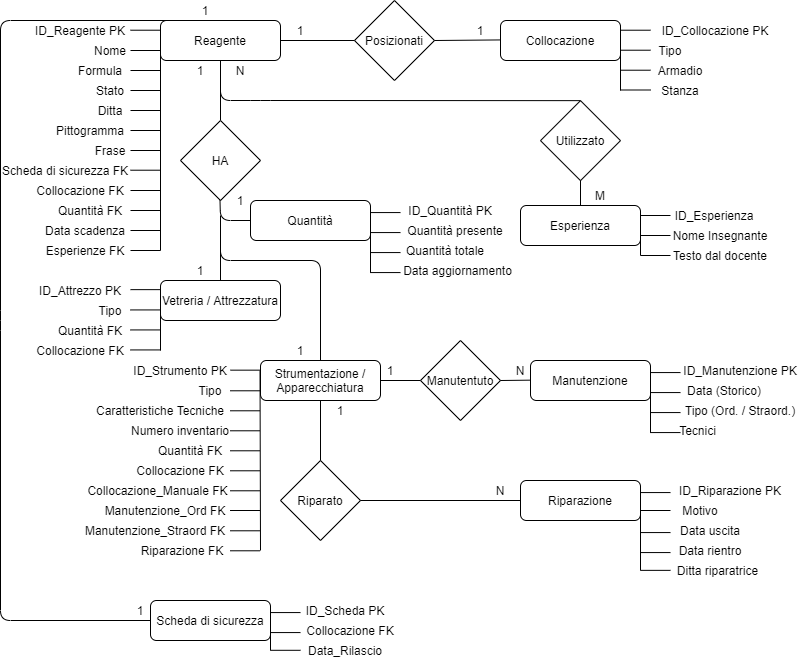
MilaniFrancesco7/Progetto-Chimica keeps this draw.io diagram as ModelloER/MODELLOERPROGEGTTO.png. Above is the earlier version. Source tidied: cells renumbered, new cells last; positions are measured from the earlier drawing's top-left corner, leaving out a move shared by most shapes.
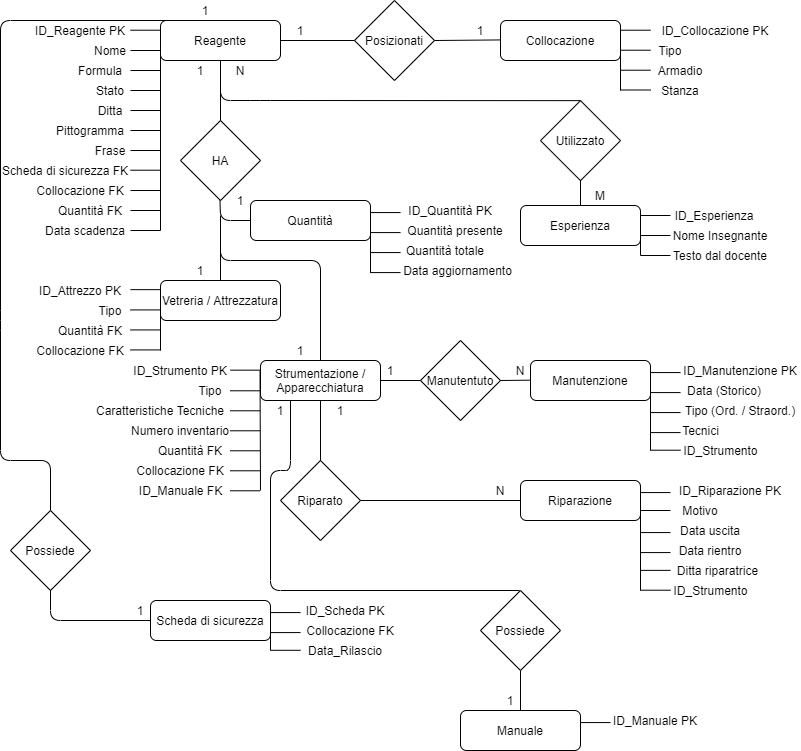
After the commit.

The edit, as a diff of the source:
```diff
@@ -7,7 +7,7 @@
     </mxCell>
     <mxCell id="3" style="endArrow=none;html=1;" parent="1" edge="1">
       <mxGeometry relative="1" as="geometry">
-        <mxPoint x="160" y="250" as="sourcePoint" />
+        <mxPoint x="160" y="230" as="sourcePoint" />
         <mxPoint x="160" y="30" as="targetPoint" />
       </mxGeometry>
     </mxCell>
@@ -101,12 +101,6 @@
         <mxPoint x="160" y="230" as="targetPoint" />
       </mxGeometry>
     </mxCell>
-    <mxCell id="23" style="endArrow=none;html=1;" parent="1" edge="1">
-      <mxGeometry relative="1" as="geometry">
-        <mxPoint x="130" y="250" as="sourcePoint" />
-        <mxPoint x="160" y="250" as="targetPoint" />
-      </mxGeometry>
-    </mxCell>
     <mxCell id="24" value="Collocazione FK" style="text;html=1;strokeColor=none;fillColor=none;align=center;verticalAlign=middle;whiteSpace=wrap;rounded=0;" parent="1" vertex="1">
       <mxGeometry x="35" y="180" width="90" height="20" as="geometry" />
     </mxCell>
@@ -116,9 +110,6 @@
     <mxCell id="26" value="Data scadenza" style="text;html=1;strokeColor=none;fillColor=none;align=center;verticalAlign=middle;whiteSpace=wrap;rounded=0;" parent="1" vertex="1">
       <mxGeometry x="40" y="220" width="90" height="20" as="geometry" />
     </mxCell>
-    <mxCell id="27" value="Esperienze FK" style="text;html=1;strokeColor=none;fillColor=none;align=center;verticalAlign=middle;whiteSpace=wrap;rounded=0;" parent="1" vertex="1">
-      <mxGeometry x="40" y="240" width="90" height="20" as="geometry" />
-    </mxCell>
     <mxCell id="28" value="Collocazione" style="rounded=1;whiteSpace=wrap;html=1;fontSize=12;glass=0;strokeWidth=1;shadow=0;" parent="1" vertex="1">
       <mxGeometry x="500" y="20" width="120" height="40" as="geometry" />
     </mxCell>
@@ -344,7 +335,7 @@
     </mxCell>
     <mxCell id="78" style="endArrow=none;html=1;" parent="1" edge="1">
       <mxGeometry relative="1" as="geometry">
-        <mxPoint x="260" y="550" as="sourcePoint" />
+        <mxPoint x="260" y="490" as="sourcePoint" />
         <mxPoint x="259.5" y="370.3" as="targetPoint" />
       </mxGeometry>
     </mxCell>
@@ -390,24 +381,6 @@
         <mxPoint x="259.5" y="490.3" as="targetPoint" />
       </mxGeometry>
     </mxCell>
-    <mxCell id="86" style="endArrow=none;html=1;" parent="1" edge="1">
-      <mxGeometry relative="1" as="geometry">
-        <mxPoint x="229.5" y="510" as="sourcePoint" />
-        <mxPoint x="259.5" y="510" as="targetPoint" />
-      </mxGeometry>
-    </mxCell>
-    <mxCell id="87" style="endArrow=none;html=1;" parent="1" edge="1">
-      <mxGeometry relative="1" as="geometry">
-        <mxPoint x="229.5" y="530.3" as="sourcePoint" />
-        <mxPoint x="259.5" y="530.3" as="targetPoint" />
-      </mxGeometry>
-    </mxCell>
-    <mxCell id="88" style="endArrow=none;html=1;" parent="1" edge="1">
-      <mxGeometry relative="1" as="geometry">
-        <mxPoint x="229.5" y="550.3" as="sourcePoint" />
-        <mxPoint x="259.5" y="550.3" as="targetPoint" />
-      </mxGeometry>
-    </mxCell>
     <mxCell id="89" value="Tipo" style="text;html=1;strokeColor=none;fillColor=none;align=center;verticalAlign=middle;whiteSpace=wrap;rounded=0;" parent="1" vertex="1">
       <mxGeometry x="190" y="380" width="40" height="20" as="geometry" />
     </mxCell>
@@ -423,8 +396,8 @@
     <mxCell id="93" value="Collocazione FK" style="text;html=1;strokeColor=none;fillColor=none;align=center;verticalAlign=middle;whiteSpace=wrap;rounded=0;" parent="1" vertex="1">
       <mxGeometry x="135" y="460" width="90" height="20" as="geometry" />
     </mxCell>
-    <mxCell id="94" value="Collocazione_Manuale FK" style="text;html=1;strokeColor=none;fillColor=none;align=center;verticalAlign=middle;whiteSpace=wrap;rounded=0;" parent="1" vertex="1">
-      <mxGeometry x="85" y="480" width="145" height="20" as="geometry" />
+    <mxCell id="94" value="ID_Manuale FK" style="text;html=1;strokeColor=none;fillColor=none;align=center;verticalAlign=middle;whiteSpace=wrap;rounded=0;" parent="1" vertex="1">
+      <mxGeometry x="107.5" y="480" width="145" height="20" as="geometry" />
     </mxCell>
     <mxCell id="95" value="Manutenzione" style="rounded=1;whiteSpace=wrap;html=1;fontSize=12;glass=0;strokeWidth=1;shadow=0;" parent="1" vertex="1">
       <mxGeometry x="530" y="360" width="120" height="40" as="geometry" />
@@ -452,7 +425,7 @@
     </mxCell>
     <mxCell id="100" style="endArrow=none;html=1;" parent="1" edge="1">
       <mxGeometry relative="1" as="geometry">
-        <mxPoint x="650" y="432.4" as="sourcePoint" />
+        <mxPoint x="650" y="450" as="sourcePoint" />
         <mxPoint x="650" y="367.4" as="targetPoint" />
       </mxGeometry>
     </mxCell>
@@ -469,17 +442,8 @@
       <mxGeometry x="680" y="400" width="120" height="20" as="geometry" />
     </mxCell>
     <mxCell id="104" value="Tecnici" style="text;html=1;strokeColor=none;fillColor=none;align=center;verticalAlign=middle;whiteSpace=wrap;rounded=0;" parent="1" vertex="1">
-      <mxGeometry x="640" y="420" width="115" height="20" as="geometry" />
+      <mxGeometry x="642.5" y="420" width="115" height="20" as="geometry" />
     </mxCell>
-    <mxCell id="105" value="Manutenzione_Ord FK" style="text;html=1;strokeColor=none;fillColor=none;align=center;verticalAlign=middle;whiteSpace=wrap;rounded=0;" parent="1" vertex="1">
-      <mxGeometry x="100" y="500" width="130" height="20" as="geometry" />
-    </mxCell>
-    <mxCell id="106" value="Manutenzione_Straord FK" style="text;html=1;strokeColor=none;fillColor=none;align=center;verticalAlign=middle;whiteSpace=wrap;rounded=0;" parent="1" vertex="1">
-      <mxGeometry x="80" y="520" width="150" height="20" as="geometry" />
-    </mxCell>
-    <mxCell id="107" value="Riparazione FK" style="text;html=1;strokeColor=none;fillColor=none;align=center;verticalAlign=middle;whiteSpace=wrap;rounded=0;" parent="1" vertex="1">
-      <mxGeometry x="139" y="540" width="86" height="20" as="geometry" />
-    </mxCell>
     <mxCell id="108" style="endArrow=none;html=1;exitX=0.5;exitY=0;exitDx=0;exitDy=0;" parent="1" edge="1" source="76">
       <mxGeometry relative="1" as="geometry">
         <mxPoint x="220" y="220" as="targetPoint" />
@@ -515,7 +479,7 @@
     </mxCell>
     <mxCell id="114" style="endArrow=none;html=1;" parent="1" edge="1">
       <mxGeometry relative="1" as="geometry">
-        <mxPoint x="640" y="570" as="sourcePoint" />
+        <mxPoint x="640" y="590" as="sourcePoint" />
         <mxPoint x="640" y="487.4" as="targetPoint" />
       </mxGeometry>
     </mxCell>
@@ -573,10 +537,11 @@
     <mxCell id="127" value="Scheda di sicurezza" style="rounded=1;whiteSpace=wrap;html=1;fontSize=12;glass=0;strokeWidth=1;shadow=0;" parent="1" vertex="1">
       <mxGeometry x="150" y="600" width="120" height="40" as="geometry" />
     </mxCell>
-    <mxCell id="128" style="endArrow=none;html=1;exitX=0;exitY=0.5;exitDx=0;exitDy=0;entryX=0.5;entryY=0;entryDx=0;entryDy=0;" parent="1" edge="1" source="127" target="2">
+    <mxCell id="128" style="endArrow=none;html=1;exitX=0.5;exitY=0;exitDx=0;exitDy=0;entryX=0.5;entryY=0;entryDx=0;entryDy=0;" parent="1" edge="1" source="154" target="2">
       <mxGeometry relative="1" as="geometry">
         <Array as="points">
-          <mxPoint y="620" />
+          <mxPoint x="50" y="460" />
+          <mxPoint y="460" />
           <mxPoint y="320" />
           <mxPoint y="20" />
         </Array>
@@ -657,5 +622,68 @@
     <mxCell id="149" value="1" style="text;html=1;strokeColor=none;fillColor=none;align=center;verticalAlign=middle;whiteSpace=wrap;rounded=0;" parent="1" vertex="1">
       <mxGeometry x="320" y="400" width="40" height="20" as="geometry" />
     </mxCell>
+    <mxCell id="150" style="endArrow=none;html=1;" parent="1" edge="1">
+      <mxGeometry relative="1" as="geometry">
+        <mxPoint x="650" y="449.7" as="sourcePoint" />
+        <mxPoint x="680" y="449.7" as="targetPoint" />
+      </mxGeometry>
+    </mxCell>
+    <mxCell id="151" value="ID_Strumento" style="text;html=1;strokeColor=none;fillColor=none;align=center;verticalAlign=middle;whiteSpace=wrap;rounded=0;" parent="1" vertex="1">
+      <mxGeometry x="662.5" y="440" width="115" height="20" as="geometry" />
+    </mxCell>
+    <mxCell id="152" style="endArrow=none;html=1;" parent="1" edge="1">
+      <mxGeometry relative="1" as="geometry">
+        <mxPoint x="640" y="589.7" as="sourcePoint" />
+        <mxPoint x="670" y="589.7" as="targetPoint" />
+      </mxGeometry>
+    </mxCell>
+    <mxCell id="153" value="ID_Strumento" style="text;html=1;strokeColor=none;fillColor=none;align=center;verticalAlign=middle;whiteSpace=wrap;rounded=0;" parent="1" vertex="1">
+      <mxGeometry x="652.5" y="580" width="115" height="20" as="geometry" />
+    </mxCell>
+    <mxCell id="154" value="Possiede" style="rhombus;whiteSpace=wrap;html=1;" parent="1" vertex="1">
+      <mxGeometry x="10" y="510" width="80" height="80" as="geometry" />
+    </mxCell>
+    <mxCell id="155" style="endArrow=none;html=1;exitX=0.75;exitY=1;exitDx=0;exitDy=0;" parent="1" edge="1" source="144">
+      <mxGeometry relative="1" as="geometry">
+        <mxPoint x="50" y="590" as="targetPoint" />
+        <Array as="points">
+          <mxPoint x="50" y="620" />
+        </Array>
+      </mxGeometry>
+    </mxCell>
+    <mxCell id="156" value="Possiede" style="rhombus;whiteSpace=wrap;html=1;" parent="1" vertex="1">
+      <mxGeometry x="480" y="590" width="80" height="80" as="geometry" />
+    </mxCell>
+    <mxCell id="157" value="Manuale" style="rounded=1;whiteSpace=wrap;html=1;fontSize=12;glass=0;strokeWidth=1;shadow=0;" parent="1" vertex="1">
+      <mxGeometry x="460" y="710" width="120" height="40" as="geometry" />
+    </mxCell>
+    <mxCell id="158" value="ID_Manuale PK" style="text;html=1;strokeColor=none;fillColor=none;align=center;verticalAlign=middle;whiteSpace=wrap;rounded=0;" parent="1" vertex="1">
+      <mxGeometry x="605" y="710" width="100" height="20" as="geometry" />
+    </mxCell>
+    <mxCell id="159" style="endArrow=none;html=1;" parent="1" edge="1">
+      <mxGeometry relative="1" as="geometry">
+        <mxPoint x="580" y="722.1" as="sourcePoint" />
+        <mxPoint x="610" y="722.1" as="targetPoint" />
+      </mxGeometry>
+    </mxCell>
+    <mxCell id="160" style="endArrow=none;html=1;exitX=0.5;exitY=0;exitDx=0;exitDy=0;entryX=0.5;entryY=1;entryDx=0;entryDy=0;" parent="1" edge="1" source="157" target="156">
+      <mxGeometry relative="1" as="geometry" />
+    </mxCell>
+    <mxCell id="161" style="endArrow=none;html=1;exitX=0.5;exitY=0;exitDx=0;exitDy=0;entryX=0.25;entryY=1;entryDx=0;entryDy=0;" parent="1" edge="1" target="76">
+      <mxGeometry relative="1" as="geometry">
+        <mxPoint x="519" y="590" as="sourcePoint" />
+        <Array as="points">
+          <mxPoint x="270" y="590" />
+          <mxPoint x="270" y="470" />
+          <mxPoint x="290" y="470" />
+        </Array>
+      </mxGeometry>
+    </mxCell>
+    <mxCell id="162" value="1" style="text;html=1;strokeColor=none;fillColor=none;align=center;verticalAlign=middle;whiteSpace=wrap;rounded=0;" parent="1" vertex="1">
+      <mxGeometry x="260" y="400" width="40" height="20" as="geometry" />
+    </mxCell>
+    <mxCell id="163" value="1" style="text;html=1;strokeColor=none;fillColor=none;align=center;verticalAlign=middle;whiteSpace=wrap;rounded=0;" parent="1" vertex="1">
+      <mxGeometry x="490" y="690" width="40" height="20" as="geometry" />
+    </mxCell>
   </root>
 </mxGraphModel>
```
